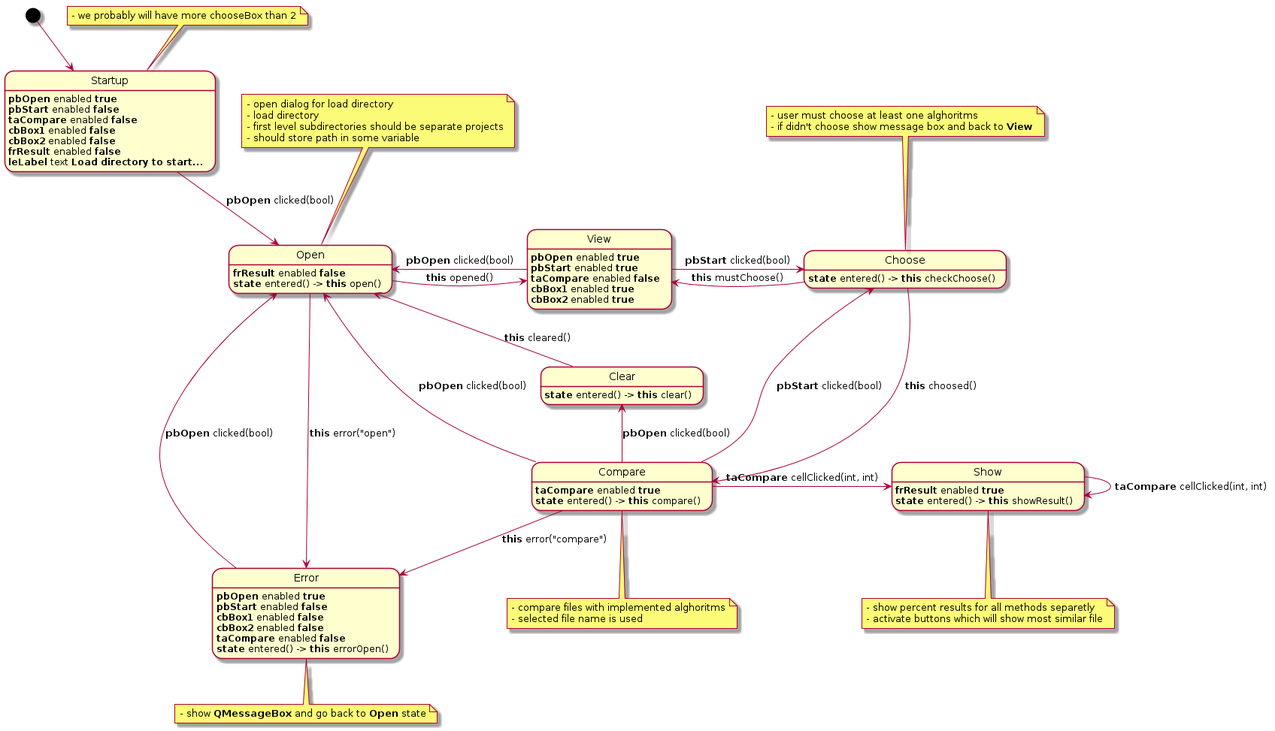
Above: Projekt/uml/interface.png in MichalBernacki/Plagiarism_detection_app (PlantUML), before the change.
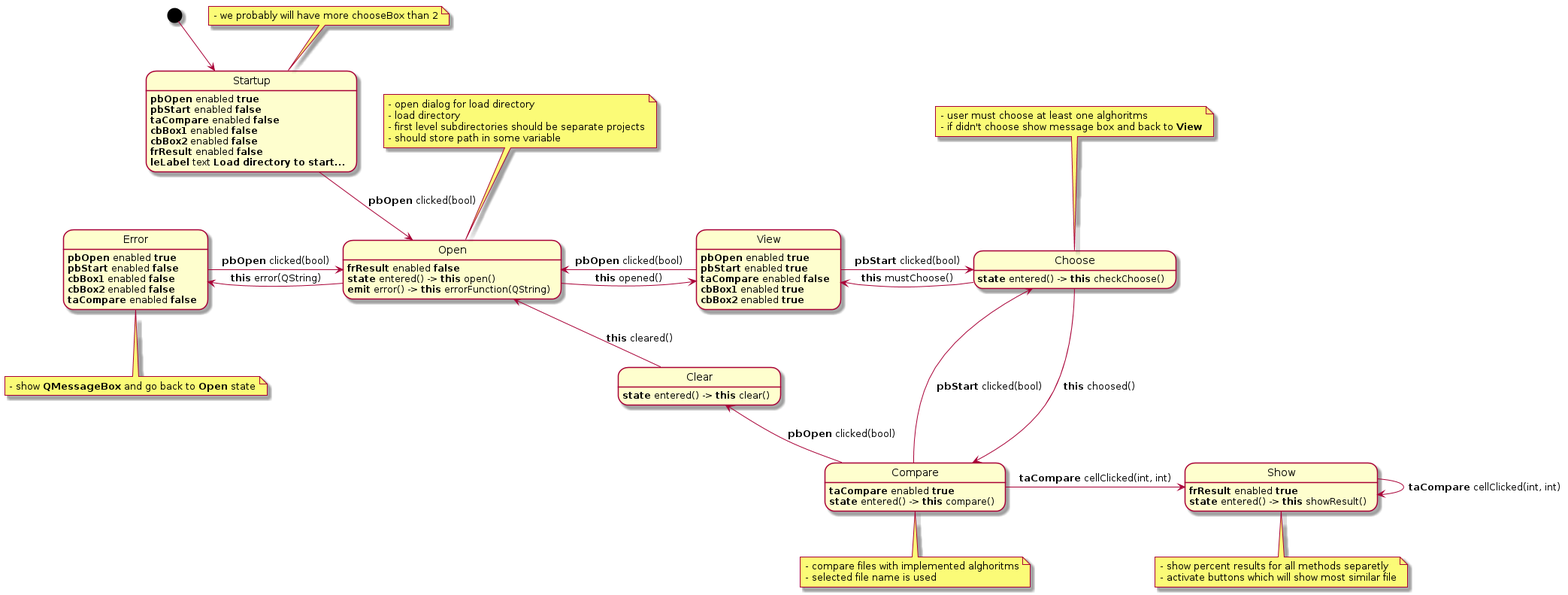
The same file after the commit.

Commit message:
Changes in interface uml

Remove route from compare to error
Change function call for error
Clean

Diff of the diagram source:
```diff
@@ -3,16 +3,15 @@
 
     [*] -down-> Startup
     Startup -down-> Open : <b>pbOpen</b> clicked(bool)
-    Error -up-> Open : <b>pbOpen</b> clicked(bool)
+    Error -right-> Open : <b>pbOpen</b> clicked(bool)
     Open -right-> View : <b>this</b> opened()
-    Open -down-> Error : <b>this</b> error("open")
+    Open -left-> Error : <b>this</b> error(QString)
     View -left-> Open : <b>pbOpen</b> clicked(bool)
     View -right-> Choose : <b>pbStart</b> clicked(bool)
     Compare -left-> Choose : <b>pbStart</b> clicked(bool)
-    Compare -left-> Open : <b>pbOpen</b> clicked(bool)
     Choose -left-> View : <b>this</b> mustChoose()
     Choose -right-> Compare : <b>this</b> choosed()
-    Compare -down-> Error : <b>this</b> error("compare")
+
     Compare -right-> Show : <b>taCompare</b> cellClicked(int, int)
     Compare -up-> Clear : <b>pbOpen</b> clicked(bool)
     Clear -up-> Open : <b>this</b> cleared()
@@ -39,13 +38,13 @@
     - selected file name is used
     end note
 
-    note bottom of Error
-    - show <b>QMessageBox</b> and go back to <b>Open</b> state
-    end note
-
     note bottom of Show
         - show percent results for all methods separetly
         - activate buttons which will show most similar file
+    end note
+
+    note bottom of Error
+    	- show <b>QMessageBox</b> and go back to <b>Open</b> state
     end note
 
 
@@ -61,6 +60,7 @@
 
     Open: <b>frResult</b> enabled <b>false</b>
     Open: <b>state</b> entered() -> <b>this</b> open()
+    Open: <b>emit</b> error() -> <b>this</b> errorFunction(QString)
 
     View: <b>pbOpen</b> enabled <b>true</b>
     View: <b>pbStart</b> enabled <b>true</b>
@@ -79,7 +79,6 @@
     Error: <b>cbBox1</b> enabled <b>false</b>
     Error: <b>cbBox2</b> enabled <b>false</b>
     Error: <b>taCompare</b> enabled <b>false</b>
-    Error: <b>state</b> entered() -> <b>this</b> errorOpen()
 
     Clear: <b>state</b> entered() -> <b>this</b> clear()
 
```
